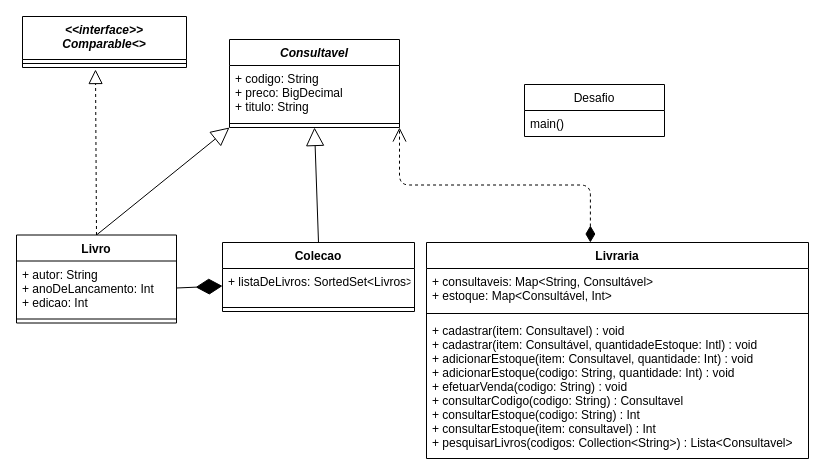
Earlier version of the draw.io diagram desafio_livraria.drawio (matheusbsilva137/aula12_DH_desafio). Source tidied: cells renumbered, new cells numbered last; positions are measured from the earlier drawing's top-left corner, leaving out a move shared by most shapes. Both pictures are drawn from the tidied source at 100%, with x=0, y=0 at pixel (16, 16).
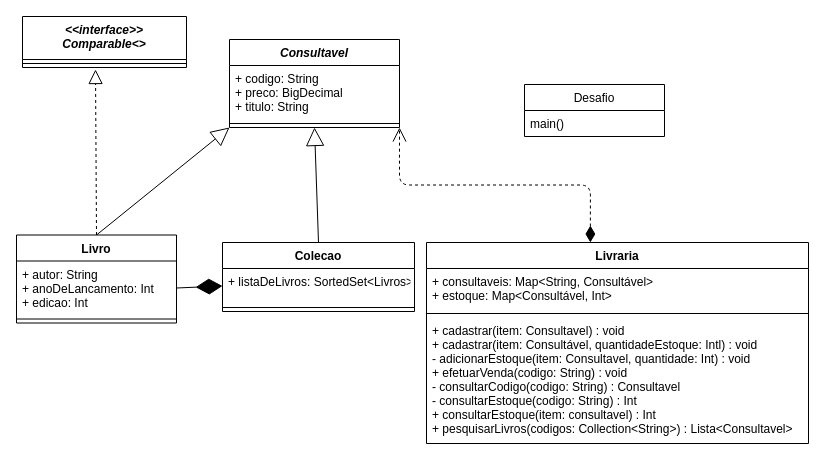
The same diagram, later.

Diff of the diagram source:
```diff
@@
     <mxCell id="17" value="Livraria" style="swimlane;fontStyle=1;align=center;verticalAlign=top;horizontal=1;startSize=26;" parent="1" vertex="1">
-      <mxGeometry x="410" y="226" width="382" height="216" as="geometry" />
+      <mxGeometry x="410" y="226" width="382" height="201" as="geometry" />
     </mxCell>
@@
-    <mxCell id="20" value="+ cadastrar(item: Consultavel) : void&#10;+ cadastrar(item: Consultável, quantidadeEstoque: Intl) : void&#10;+ adicionarEstoque(item: Consultavel, quantidade: Int) : void&#10;+ adicionarEstoque(codigo: String, quantidade: Int) : void&#10;+ efetuarVenda(codigo: String) : void&#10;+ consultarCodigo(codigo: String) : Consultavel&#10;+ consultarEstoque(codigo: String) : Int&#10;+ consultarEstoque(item: consultavel) : Int&#10;+ pesquisarLivros(codigos: Collection&lt;String&gt;) : Lista&lt;Consultavel&gt;" style="text;strokeColor=none;fillColor=none;align=left;verticalAlign=top;spacingLeft=4;spacingRight=4;overflow=hidden;" parent="17" vertex="1">
-      <mxGeometry y="75" width="382" height="141" as="geometry" />
+    <mxCell id="20" value="+ cadastrar(item: Consultavel) : void&#10;+ cadastrar(item: Consultável, quantidadeEstoque: Intl) : void&#10;- adicionarEstoque(item: Consultavel, quantidade: Int) : void&#10;+ efetuarVenda(codigo: String) : void&#10;- consultarCodigo(codigo: String) : Consultavel&#10;- consultarEstoque(codigo: String) : Int&#10;+ consultarEstoque(item: consultavel) : Int&#10;+ pesquisarLivros(codigos: Collection&lt;String&gt;) : Lista&lt;Consultavel&gt;" style="text;strokeColor=none;fillColor=none;align=left;verticalAlign=top;spacingLeft=4;spacingRight=4;overflow=hidden;" parent="17" vertex="1">
+      <mxGeometry y="75" width="382" height="126" as="geometry" />
     </mxCell>
```
